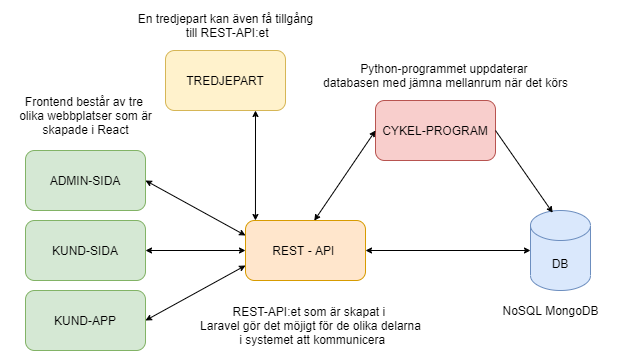
This is images/översikt.png from Den-geografiska-oredan/eBike-system, a draw.io export, as it was before one commit. Source tidied: cells renumbered, new cells last; positions are measured from the earlier drawing's top-left corner, leaving out a move shared by most shapes. Its diagram source:
```xml
<mxGraphModel>
  <root>
    <mxCell id="0" />
    <mxCell id="1" parent="0" />
    <mxCell id="2" value="REST - API&amp;nbsp;" style="rounded=1;whiteSpace=wrap;html=1;fillColor=#ffe6cc;strokeColor=#d79b00;" parent="1" vertex="1">
      <mxGeometry x="235" y="210" width="120" height="60" as="geometry" />
    </mxCell>
    <mxCell id="3" value="KUND-SIDA" style="rounded=1;whiteSpace=wrap;html=1;fillColor=#d5e8d4;strokeColor=#82b366;" parent="1" vertex="1">
      <mxGeometry x="15" y="210" width="120" height="60" as="geometry" />
    </mxCell>
    <mxCell id="4" value="KUND-APP" style="rounded=1;whiteSpace=wrap;html=1;fillColor=#d5e8d4;strokeColor=#82b366;" parent="1" vertex="1">
      <mxGeometry x="15" y="280" width="120" height="60" as="geometry" />
    </mxCell>
    <mxCell id="5" value="ADMIN-SIDA" style="rounded=1;whiteSpace=wrap;html=1;fillColor=#d5e8d4;strokeColor=#82b366;" parent="1" vertex="1">
      <mxGeometry x="15" y="140" width="120" height="60" as="geometry" />
    </mxCell>
    <mxCell id="6" value="CYKEL-PROGRAM" style="rounded=1;whiteSpace=wrap;html=1;fillColor=#f8cecc;strokeColor=#b85450;" parent="1" vertex="1">
      <mxGeometry x="365" y="90" width="120" height="60" as="geometry" />
    </mxCell>
    <mxCell id="7" style="endArrow=classic;startArrow=classic;html=1;rounded=0;exitX=1;exitY=0.5;exitDx=0;exitDy=0;entryX=0;entryY=0.25;entryDx=0;entryDy=0;startSize=4;endSize=4;" parent="1" edge="1" source="5" target="2">
      <mxGeometry relative="1" as="geometry" />
    </mxCell>
    <mxCell id="8" style="endArrow=classic;startArrow=classic;html=1;rounded=0;exitX=1;exitY=0.5;exitDx=0;exitDy=0;entryX=0;entryY=0.5;entryDx=0;entryDy=0;endSize=4;startSize=4;" parent="1" edge="1" source="3" target="2">
      <mxGeometry relative="1" as="geometry" />
    </mxCell>
    <mxCell id="9" style="endArrow=classic;startArrow=classic;html=1;rounded=0;exitX=1;exitY=0.5;exitDx=0;exitDy=0;entryX=0;entryY=0.75;entryDx=0;entryDy=0;endSize=4;startSize=4;" parent="1" edge="1" source="4" target="2">
      <mxGeometry relative="1" as="geometry" />
    </mxCell>
    <mxCell id="10" style="endArrow=classic;startArrow=classic;html=1;rounded=0;exitX=0.573;exitY=0.003;exitDx=0;exitDy=0;exitPerimeter=0;entryX=0;entryY=0.5;entryDx=0;entryDy=0;startSize=4;endSize=4;" parent="1" edge="1" source="2" target="6">
      <mxGeometry relative="1" as="geometry" />
    </mxCell>
    <mxCell id="11" style="endArrow=classic;startArrow=classic;html=1;rounded=0;exitX=1;exitY=0.5;exitDx=0;exitDy=0;startSize=4;endSize=4;" parent="1" edge="1" source="2" target="12">
      <mxGeometry relative="1" as="geometry" />
    </mxCell>
    <mxCell id="12" value="DB" style="shape=cylinder3;whiteSpace=wrap;html=1;boundedLbl=1;backgroundOutline=1;size=15;fillColor=#dae8fc;strokeColor=#6c8ebf;" parent="1" vertex="1">
      <mxGeometry x="520" y="200" width="60" height="80" as="geometry" />
    </mxCell>
    <mxCell id="13" value="TREDJEPART" style="rounded=1;whiteSpace=wrap;html=1;fillColor=#fff2cc;strokeColor=#d6b656;" parent="1" vertex="1">
      <mxGeometry x="155" y="40" width="120" height="60" as="geometry" />
    </mxCell>
    <mxCell id="14" style="endArrow=classic;startArrow=classic;html=1;rounded=0;exitX=0.083;exitY=0;exitDx=0;exitDy=0;entryX=0.75;entryY=1;entryDx=0;entryDy=0;startSize=4;endSize=4;exitPerimeter=0;" parent="1" edge="1" source="2" target="13">
      <mxGeometry relative="1" as="geometry" />
    </mxCell>
    <mxCell id="15" value="NoSQL MongoDB" style="text;html=1;align=center;verticalAlign=middle;strokeColor=none;fillColor=none;" parent="1" vertex="1">
      <mxGeometry x="485" y="290" width="110" height="20" as="geometry" />
    </mxCell>
    <mxCell id="16" value="Python-programmet uppdaterar &lt;br&gt;databasen med jämna mellanrum när det körs" style="text;html=1;align=center;verticalAlign=middle;strokeColor=none;fillColor=none;" parent="1" vertex="1">
      <mxGeometry x="305" y="50" width="260" height="30" as="geometry" />
    </mxCell>
    <mxCell id="17" style="endArrow=classic;html=1;rounded=0;startSize=4;endSize=4;exitX=1;exitY=0.5;exitDx=0;exitDy=0;entryX=0.37;entryY=0.028;entryDx=0;entryDy=0;entryPerimeter=0;" parent="1" edge="1" source="6" target="12">
      <mxGeometry relative="1" as="geometry" />
    </mxCell>
    <mxCell id="18" value="REST-API:et som är skapat i &lt;br&gt;Laravel&amp;nbsp;gör det möjigt för de&amp;nbsp;olika delarna&lt;br&gt;&amp;nbsp;i systemet att kommunicera" style="text;html=1;align=center;verticalAlign=middle;strokeColor=none;fillColor=none;" parent="1" vertex="1">
      <mxGeometry x="180" y="290" width="240" height="50" as="geometry" />
    </mxCell>
    <mxCell id="19" value="En tredjepart kan även få tillgång&lt;br&gt;&amp;nbsp;till REST-API:et" style="text;html=1;align=center;verticalAlign=middle;strokeColor=none;fillColor=none;" parent="1" vertex="1">
      <mxGeometry x="120" width="190" height="30" as="geometry" />
    </mxCell>
    <mxCell id="20" value="Frontend består av tre &lt;br&gt;olika webbplatser som är&lt;br&gt;&amp;nbsp;skapade i React&amp;nbsp;" style="text;html=1;align=center;verticalAlign=middle;strokeColor=none;fillColor=none;" parent="1" vertex="1">
      <mxGeometry y="80" width="150" height="50" as="geometry" />
    </mxCell>
  </root>
</mxGraphModel>
```
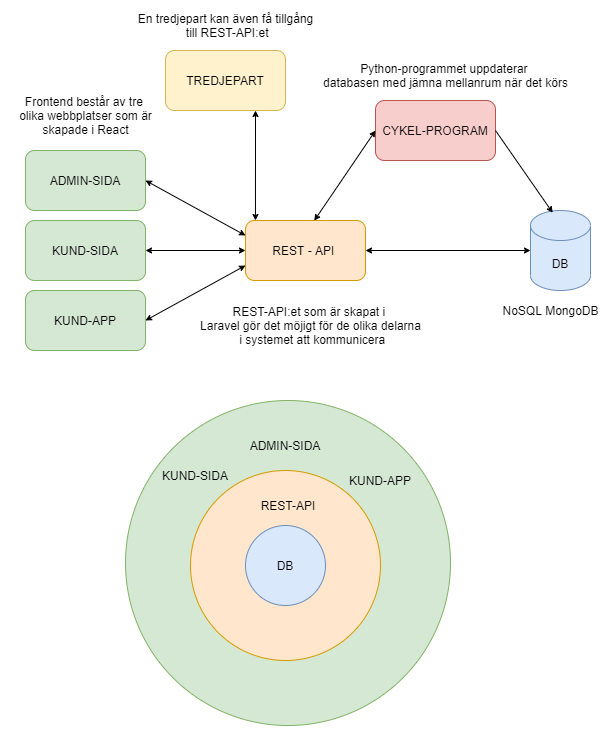
Later version of the same file.

Change to the diagram source:
```diff
@@ -59,5 +59,26 @@
     <mxCell id="20" value="Frontend består av tre &lt;br&gt;olika webbplatser som är&lt;br&gt;&amp;nbsp;skapade i React&amp;nbsp;" style="text;html=1;align=center;verticalAlign=middle;strokeColor=none;fillColor=none;" parent="1" vertex="1">
       <mxGeometry y="80" width="150" height="50" as="geometry" />
     </mxCell>
+    <mxCell id="21" style="ellipse;whiteSpace=wrap;html=1;fillColor=#d5e8d4;strokeColor=#82b366;" parent="1" vertex="1">
+      <mxGeometry x="115" y="390" width="325" height="325" as="geometry" />
+    </mxCell>
+    <mxCell id="22" style="ellipse;whiteSpace=wrap;html=1;fillColor=#ffe6cc;strokeColor=#d79b00;" parent="1" vertex="1">
+      <mxGeometry x="180" y="460" width="190" height="190" as="geometry" />
+    </mxCell>
+    <mxCell id="23" value="REST-API" style="text;html=1;strokeColor=none;fillColor=none;align=center;verticalAlign=middle;whiteSpace=wrap;rounded=0;" parent="1" vertex="1">
+      <mxGeometry x="247.5" y="480" width="60" height="30" as="geometry" />
+    </mxCell>
+    <mxCell id="24" value="DB" style="ellipse;whiteSpace=wrap;html=1;fillColor=#dae8fc;strokeColor=#6c8ebf;" parent="1" vertex="1">
+      <mxGeometry x="235" y="515" width="80" height="80" as="geometry" />
+    </mxCell>
+    <mxCell id="25" value="ADMIN-SIDA" style="text;html=1;strokeColor=none;fillColor=none;align=center;verticalAlign=middle;whiteSpace=wrap;rounded=0;" parent="1" vertex="1">
+      <mxGeometry x="235" y="420" width="80" height="30" as="geometry" />
+    </mxCell>
+    <mxCell id="26" value="KUND-SIDA" style="text;html=1;strokeColor=none;fillColor=none;align=center;verticalAlign=middle;whiteSpace=wrap;rounded=0;" parent="1" vertex="1">
+      <mxGeometry x="150" y="450" width="70" height="30" as="geometry" />
+    </mxCell>
+    <mxCell id="27" value="KUND-APP" style="text;html=1;strokeColor=none;fillColor=none;align=center;verticalAlign=middle;whiteSpace=wrap;rounded=0;" parent="1" vertex="1">
+      <mxGeometry x="335" y="455" width="70" height="30" as="geometry" />
+    </mxCell>
   </root>
 </mxGraphModel>
```
